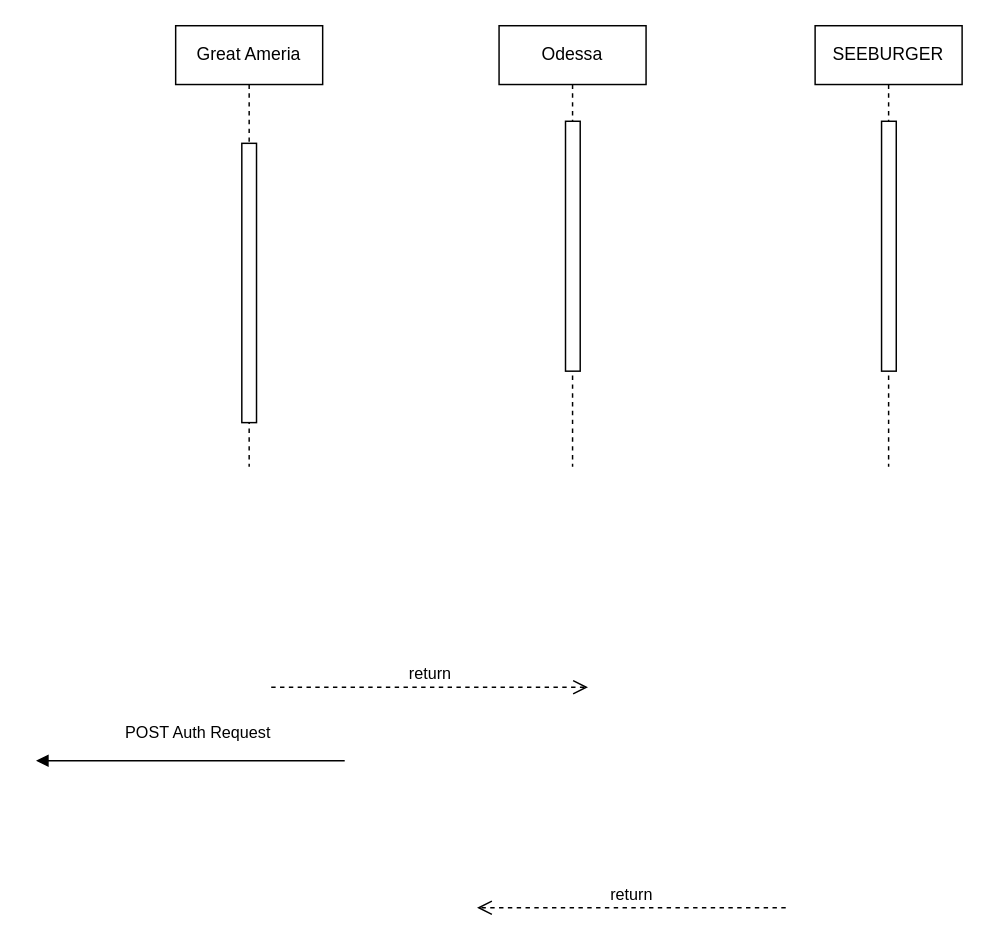
Before: src/Untitled Diagram.drawio in renjithmp/BankSystem, a draw.io diagram. Source tidied: cells renumbered, new cells numbered last; positions are measured from the earlier drawing's top-left corner, leaving out a move shared by most shapes. Both pictures are drawn from the tidied source at 147%, with x=0, y=0 at pixel (35, 25).
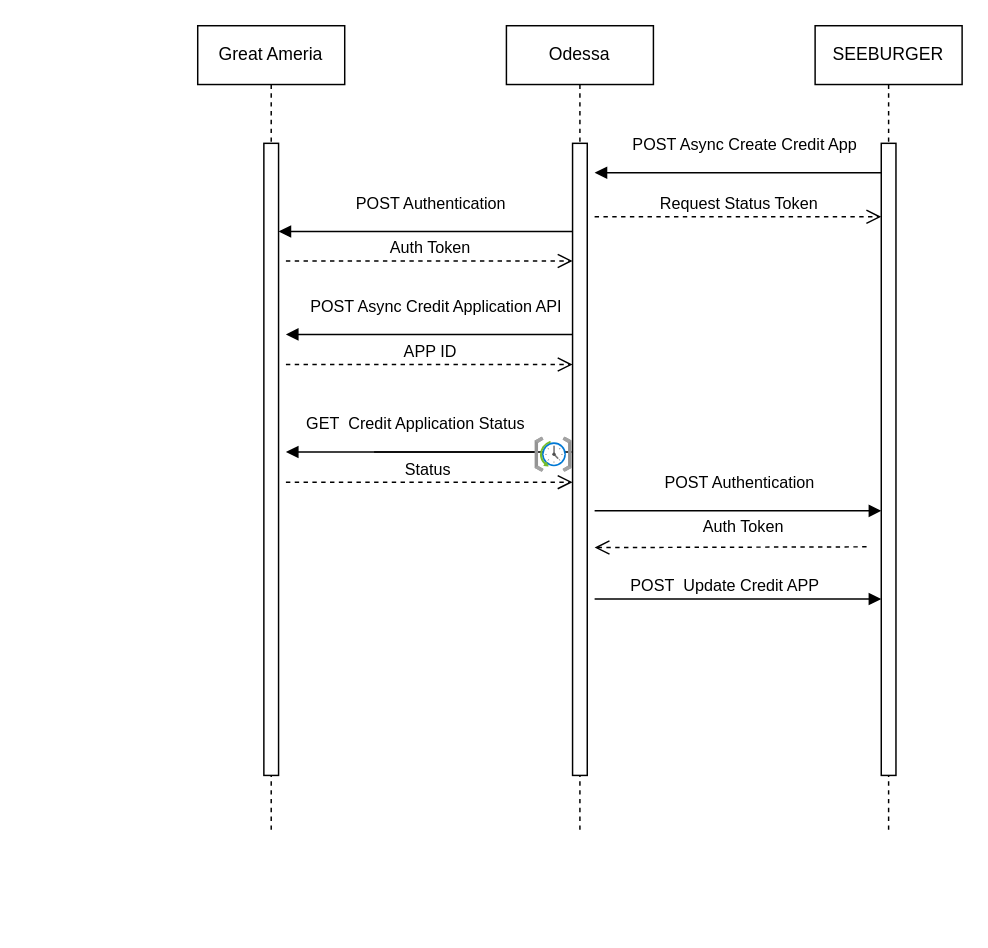
The same page after the edit.

The edit, as a diff of the source:
```diff
@@
     <mxCell id="2" value="Great Ameria" style="shape=umlLifeline;perimeter=lifelinePerimeter;whiteSpace=wrap;html=1;newEdgeStyle={&quot;edgeStyle&quot;:&quot;elbowEdgeStyle&quot;,&quot;elbow&quot;:&quot;vertical&quot;,&quot;curved&quot;:0,&quot;rounded&quot;:0};" parent="1" vertex="1">
-      <mxGeometry x="95" width="100" height="300" as="geometry" />
+      <mxGeometry x="110" width="100" height="550" as="geometry" />
     </mxCell>
     <mxCell id="3" value="Odessa" style="shape=umlLifeline;perimeter=lifelinePerimeter;whiteSpace=wrap;html=1;newEdgeStyle={&quot;edgeStyle&quot;:&quot;elbowEdgeStyle&quot;,&quot;elbow&quot;:&quot;vertical&quot;,&quot;curved&quot;:0,&quot;rounded&quot;:0};" parent="1" vertex="1">
-      <mxGeometry x="315" width="100" height="300" as="geometry" />
+      <mxGeometry x="320" width="100" height="550" as="geometry" />
     </mxCell>
     <mxCell id="4" style="html=1;perimeter=orthogonalPerimeter;targetShapes=umlLifeline;newEdgeStyle={&quot;edgeStyle&quot;:&quot;elbowEdgeStyle&quot;,&quot;elbow&quot;:&quot;vertical&quot;,&quot;curved&quot;:0,&quot;rounded&quot;:0};" parent="3" vertex="1">
-      <mxGeometry x="45.2" y="65" width="10" height="170" as="geometry" />
+      <mxGeometry x="45" y="80" width="10" height="430" as="geometry" />
     </mxCell>
     <mxCell id="5" style="html=1;points=[];perimeter=orthogonalPerimeter;outlineConnect=0;targetShapes=umlLifeline;portConstraint=eastwest;newEdgeStyle={&quot;edgeStyle&quot;:&quot;elbowEdgeStyle&quot;,&quot;elbow&quot;:&quot;vertical&quot;,&quot;curved&quot;:0,&quot;rounded&quot;:0};" parent="3" vertex="1">
-      <mxGeometry x="-175" y="80" width="10" height="190" as="geometry" />
+      <mxGeometry x="-165" y="80" width="10" height="430" as="geometry" />
     </mxCell>
     <mxCell id="6" value="SEEBURGER" style="shape=umlLifeline;perimeter=lifelinePerimeter;whiteSpace=wrap;html=1;newEdgeStyle={&quot;edgeStyle&quot;:&quot;elbowEdgeStyle&quot;,&quot;elbow&quot;:&quot;vertical&quot;,&quot;curved&quot;:0,&quot;rounded&quot;:0};" parent="1" vertex="1">
-      <mxGeometry x="530" width="100" height="300" as="geometry" />
+      <mxGeometry x="530" width="100" height="550" as="geometry" />
     </mxCell>
     <mxCell id="7" style="html=1;points=[];perimeter=orthogonalPerimeter;outlineConnect=0;targetShapes=umlLifeline;portConstraint=eastwest;newEdgeStyle={&quot;edgeStyle&quot;:&quot;elbowEdgeStyle&quot;,&quot;elbow&quot;:&quot;vertical&quot;,&quot;curved&quot;:0,&quot;rounded&quot;:0};" parent="6" vertex="1">
-      <mxGeometry x="45.2" y="65" width="10" height="170" as="geometry" />
+      <mxGeometry x="45" y="80" width="10" height="430" as="geometry" />
     </mxCell>
-    <mxCell id="8" value="POST Auth Request" style="html=1;verticalAlign=bottom;endArrow=block;edgeStyle=elbowEdgeStyle;elbow=vertical;curved=0;rounded=0;" parent="1" edge="1">
+    <mxCell id="8" value="POST Async Create Credit App" style="html=1;verticalAlign=bottom;endArrow=block;edgeStyle=elbowEdgeStyle;elbow=vertical;curved=0;rounded=0;" parent="1" edge="1" source="7">
       <mxGeometry x="-0.05" y="-10" relative="1" as="geometry">
-        <mxPoint x="210" y="500" as="sourcePoint" />
-        <mxPoint y="500" as="targetPoint" />
+        <mxPoint x="380" y="100" as="targetPoint" />
         <Array as="points">
-          <mxPoint x="70" y="500" />
+          <mxPoint x="440" y="100" />
         </Array>
       </mxGeometry>
     </mxCell>
-    <mxCell id="9" value="return" style="html=1;verticalAlign=bottom;endArrow=open;dashed=1;endSize=8;edgeStyle=elbowEdgeStyle;elbow=vertical;curved=0;rounded=0;" parent="1" edge="1">
+    <mxCell id="9" value="Request Status Token" style="html=1;verticalAlign=bottom;endArrow=open;dashed=1;endSize=8;edgeStyle=elbowEdgeStyle;elbow=vertical;curved=0;rounded=0;" parent="1" edge="1" target="7">
       <mxGeometry relative="1" as="geometry">
-        <mxPoint x="160" y="450" as="sourcePoint" />
-        <mxPoint x="375.5" y="450" as="targetPoint" />
+        <mxPoint x="380" y="130" as="sourcePoint" />
         <Array as="points">
-          <mxPoint x="275.5" y="450" />
-          <mxPoint x="290.5" y="530" />
+          <mxPoint x="485.5" y="130" />
+          <mxPoint x="500.5" y="210" />
         </Array>
       </mxGeometry>
     </mxCell>
-    <mxCell id="10" value="return" style="html=1;verticalAlign=bottom;endArrow=open;dashed=1;endSize=8;edgeStyle=elbowEdgeStyle;elbow=vertical;curved=0;rounded=0;" parent="1" edge="1">
-      <mxGeometry relative="1" as="geometry">
-        <mxPoint x="510" y="600" as="sourcePoint" />
-        <mxPoint x="300" y="600" as="targetPoint" />
-        <Array as="points">
-          <mxPoint x="435" y="600" />
-        </Array>
-      </mxGeometry>
-    </mxCell>
+    <mxCell id="11" value="POST Authentication&amp;nbsp;" style="html=1;verticalAlign=bottom;endArrow=block;edgeStyle=elbowEdgeStyle;elbow=vertical;curved=0;rounded=0;" parent="1" edge="1" target="5">
+      <mxGeometry x="-0.05" y="-10" relative="1" as="geometry">
+        <mxPoint x="365" y="140" as="sourcePoint" />
+        <Array as="points">
+          <mxPoint x="230" y="140" />
+        </Array>
+      </mxGeometry>
+    </mxCell>
+    <mxCell id="12" value="Auth Token" style="html=1;verticalAlign=bottom;endArrow=open;dashed=1;endSize=8;edgeStyle=elbowEdgeStyle;elbow=vertical;curved=0;rounded=0;" parent="1" edge="1">
+      <mxGeometry x="-0.08" y="-5" relative="1" as="geometry">
+        <mxPoint x="565" y="354.5" as="sourcePoint" />
+        <mxPoint x="380" y="355" as="targetPoint" />
+        <Array as="points">
+          <mxPoint x="480" y="355" />
+          <mxPoint x="475.5" y="354.5" />
+        </Array>
+      </mxGeometry>
+    </mxCell>
+    <mxCell id="13" value="POST Async Credit Application API" style="html=1;verticalAlign=bottom;endArrow=block;edgeStyle=elbowEdgeStyle;elbow=vertical;curved=0;rounded=0;" parent="1" edge="1">
+      <mxGeometry x="-0.05" y="-10" relative="1" as="geometry">
+        <mxPoint x="365" y="210" as="sourcePoint" />
+        <mxPoint x="170" y="210" as="targetPoint" />
+        <Array as="points">
+          <mxPoint x="230" y="210" />
+        </Array>
+      </mxGeometry>
+    </mxCell>
+    <mxCell id="14" value="APP ID" style="html=1;verticalAlign=bottom;endArrow=open;dashed=1;endSize=8;edgeStyle=elbowEdgeStyle;elbow=vertical;curved=0;rounded=0;" parent="1" edge="1">
+      <mxGeometry relative="1" as="geometry">
+        <mxPoint x="170" y="230.5" as="sourcePoint" />
+        <mxPoint x="365" y="230.5" as="targetPoint" />
+        <Array as="points">
+          <mxPoint x="275.5" y="230.5" />
+          <mxPoint x="290.5" y="310.5" />
+        </Array>
+      </mxGeometry>
+    </mxCell>
+    <mxCell id="15" value="POST Authentication&amp;nbsp;" style="html=1;verticalAlign=bottom;endArrow=block;edgeStyle=elbowEdgeStyle;elbow=vertical;curved=0;rounded=0;" parent="1" edge="1">
+      <mxGeometry x="0.03" y="10" relative="1" as="geometry">
+        <mxPoint x="380" y="330" as="sourcePoint" />
+        <mxPoint x="575" y="330" as="targetPoint" />
+        <Array as="points">
+          <mxPoint x="440" y="330" />
+        </Array>
+      </mxGeometry>
+    </mxCell>
+    <mxCell id="16" value="Auth Token" style="html=1;verticalAlign=bottom;endArrow=open;dashed=1;endSize=8;edgeStyle=elbowEdgeStyle;elbow=vertical;curved=0;rounded=0;" parent="1" edge="1">
+      <mxGeometry relative="1" as="geometry">
+        <mxPoint x="170" y="160" as="sourcePoint" />
+        <mxPoint x="365" y="160" as="targetPoint" />
+        <Array as="points">
+          <mxPoint x="275.5" y="160" />
+          <mxPoint x="290.5" y="240" />
+        </Array>
+      </mxGeometry>
+    </mxCell>
+    <mxCell id="17" value="POST&amp;nbsp; Update Credit APP&amp;nbsp;" style="html=1;verticalAlign=bottom;endArrow=block;edgeStyle=elbowEdgeStyle;elbow=vertical;curved=0;rounded=0;" parent="1" edge="1">
+      <mxGeometry x="-0.08" relative="1" as="geometry">
+        <mxPoint x="380" y="390" as="sourcePoint" />
+        <mxPoint x="575" y="390" as="targetPoint" />
+        <Array as="points">
+          <mxPoint x="440" y="390" />
+        </Array>
+      </mxGeometry>
+    </mxCell>
+    <mxCell id="18" value="GET&amp;nbsp; Credit Application Status" style="html=1;verticalAlign=bottom;endArrow=block;edgeStyle=elbowEdgeStyle;elbow=vertical;curved=0;rounded=0;startArrow=none;" parent="1" edge="1" source="21">
+      <mxGeometry x="-0.03" y="-10" relative="1" as="geometry">
+        <mxPoint x="170" y="290" as="targetPoint" />
+      </mxGeometry>
+    </mxCell>
+    <mxCell id="19" value="Status&amp;nbsp;" style="html=1;verticalAlign=bottom;endArrow=open;dashed=1;endSize=8;edgeStyle=elbowEdgeStyle;elbow=vertical;curved=0;rounded=0;" parent="1" edge="1">
+      <mxGeometry relative="1" as="geometry">
+        <mxPoint x="170" y="310.5" as="sourcePoint" />
+        <mxPoint x="365" y="310.5" as="targetPoint" />
+        <Array as="points">
+          <mxPoint x="275.5" y="310.5" />
+          <mxPoint x="290.5" y="390.5" />
+        </Array>
+      </mxGeometry>
+    </mxCell>
+    <mxCell id="20" style="html=1;verticalAlign=bottom;endArrow=none;edgeStyle=elbowEdgeStyle;elbow=vertical;curved=0;rounded=0;" parent="1" edge="1" target="21">
+      <mxGeometry x="-0.03" y="-10" relative="1" as="geometry">
+        <mxPoint x="365" y="290" as="sourcePoint" />
+        <Array as="points">
+          <mxPoint x="230" y="290" />
+        </Array>
+      </mxGeometry>
+    </mxCell>
+    <mxCell id="21" style="html=1;points=[];align=center;image;fontSize=12;image=img/lib/azure2/management_governance/Scheduler_Job_Collections.svg;" parent="1" vertex="1">
+      <mxGeometry x="339.5" y="280" width="25.5" height="24" as="geometry" />
+    </mxCell>
```
